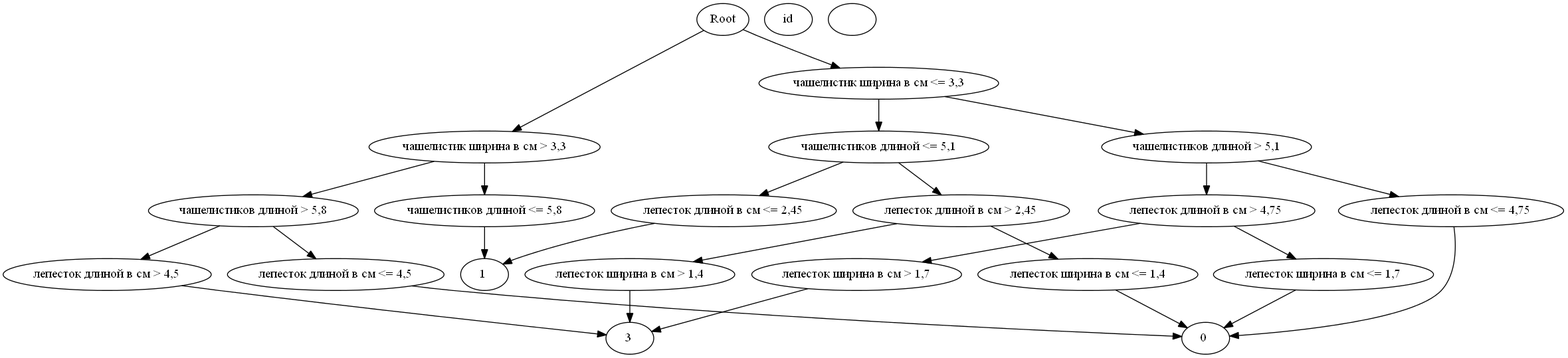
Earlier version of the Graphviz export DecisionTrees/bin/Debug/Resources/recursion.png (geper/Decision_tree). Its source is kept beside it as DecisionTrees/bin/Debug/Resources/recursion.gv.
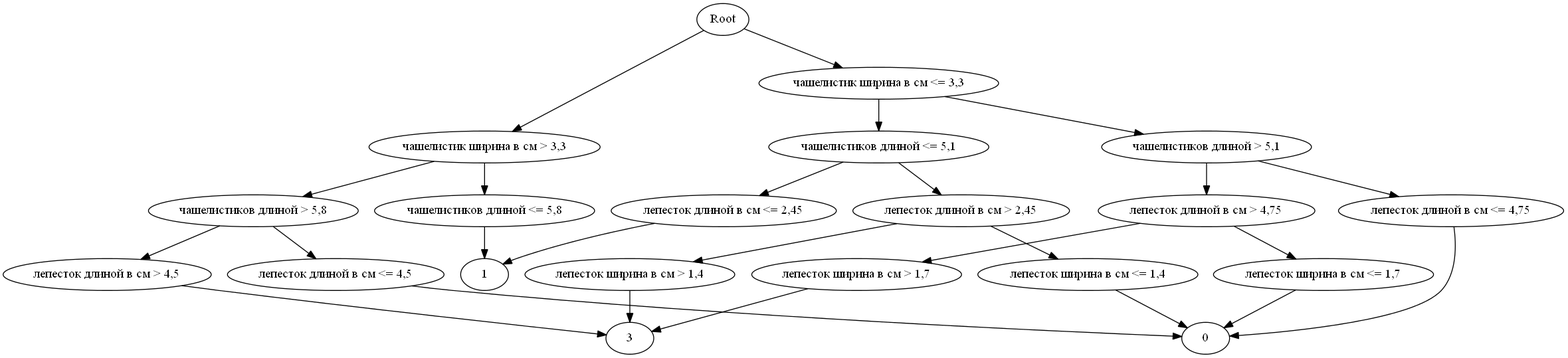
The same diagram one commit later.

Change to the diagram source:
```diff
@@ -7,8 +7,7 @@
 ->
 "лепесток длиной в см <= 2,45"
 ->
-"1
-id:4"
+"1"
 ;
 "чашелистиков длиной <= 5,1"
 ->
@@ -16,15 +15,17 @@
 ->
 "лепесток ширина в см <= 1,4"
 ->
-"0
-id:9"
+"0"
 ;
 "лепесток длиной в см > 2,45"
 ->
 "лепесток ширина в см > 1,4"
 ->
-"3
-id:13"
+"3"
+;
+"чашелистиков длиной <= 5,1"
+;
+"чашелистик ширина в см <= 3,3"
 ;
 "чашелистик ширина в см <= 3,3"
 ->
@@ -32,8 +33,7 @@
 ->
 "лепесток длиной в см <= 4,75"
 ->
-"0
-id:20"
+"0"
 ;
 "чашелистиков длиной > 5,1"
 ->
@@ -41,15 +41,17 @@
 ->
 "лепесток ширина в см <= 1,7"
 ->
-"0
-id:25"
+"0"
 ;
 "лепесток длиной в см > 4,75"
 ->
 "лепесток ширина в см > 1,7"
 ->
-"3
-id:29"
+"3"
+;
+"чашелистиков длиной > 5,1"
+;
+"чашелистик ширина в см <= 3,3"
 ;
 "Root"
 ->
@@ -57,8 +59,7 @@
 ->
 "чашелистиков длиной <= 5,8"
 ->
-"1
-id:37"
+"1"
 ;
 "чашелистик ширина в см > 3,3"
 ->
@@ -66,14 +67,16 @@
 ->
 "лепесток длиной в см <= 4,5"
 ->
-"0
-id:42"
+"0"
 ;
 "чашелистиков длиной > 5,8"
 ->
 "лепесток длиной в см > 4,5"
 ->
-"3
-id:46"
+"3"
+;
+"чашелистик ширина в см > 3,3"
+;
+"Root"
 ;
 }
```
